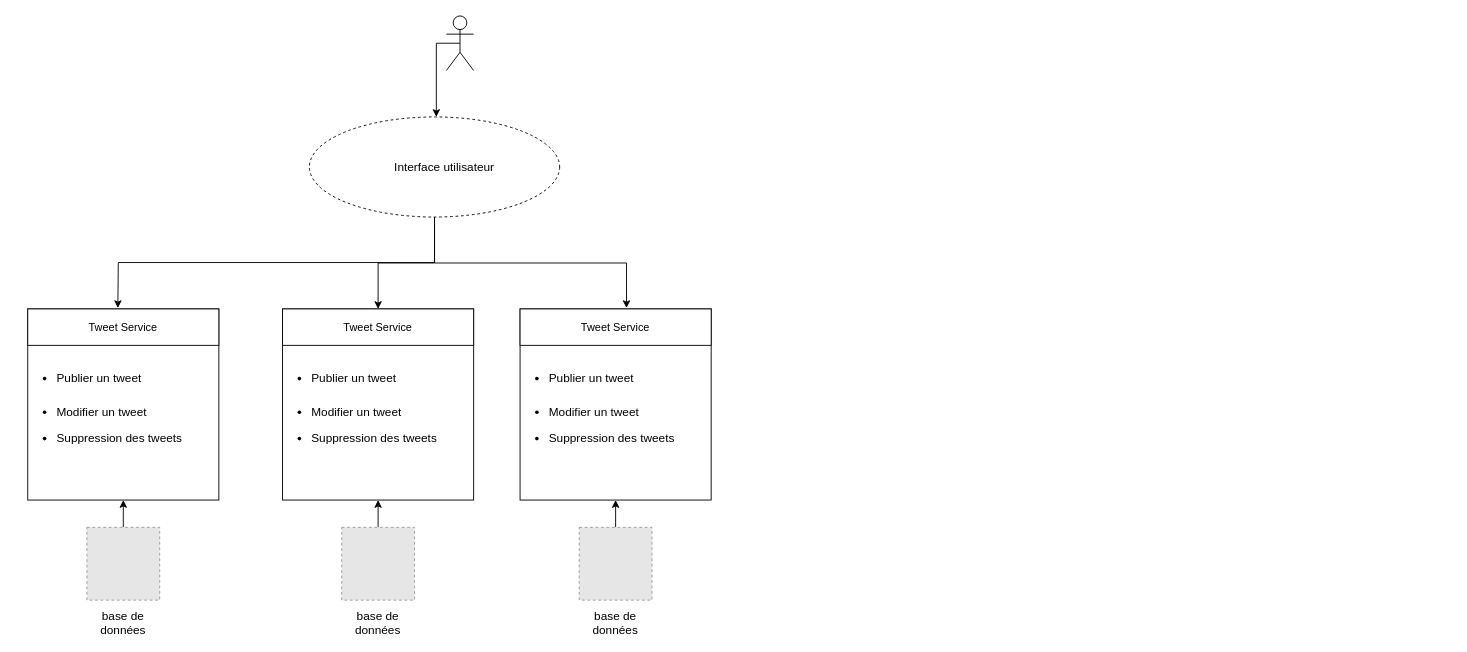
This is page "livrable-3" (1 of 3) of albc.drawio from abdoelhafi/component-based-architecture-project, a draw.io file, before an edit. Source tidied: cells renumbered, new cells numbered last; positions are measured from the earlier drawing's top-left corner, leaving out a move shared by most shapes. Both pictures are drawn from the tidied source at 91%, with x=0, y=0 at pixel (15, 15). Pictures stored in the file or linked from it are replaced by grey dashed boxes.
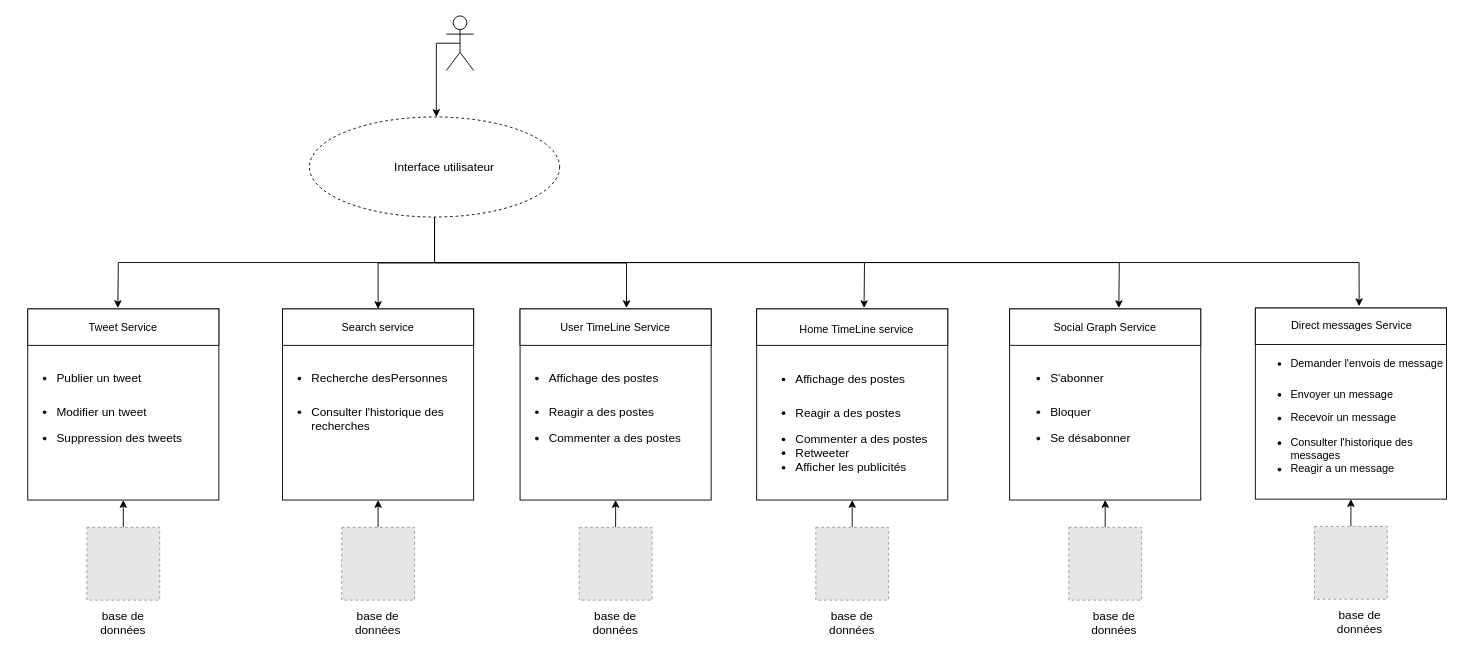
The same page after the edit.

Unchanged cells that the change refers to:
```xml
<mxCell id="14" style="ellipse;whiteSpace=wrap;html=1;fontSize=13;dashed=1;" parent="1" vertex="1">
  <mxGeometry x="322.5" y="111" width="275" height="110" as="geometry" />
</mxCell>
```

Change to the diagram source:
```diff
@@
+    <mxCell id="30" style="edgeStyle=orthogonalEdgeStyle;rounded=0;jettySize=auto;html=1;exitX=0.5;exitY=1;exitDx=0;exitDy=0;" parent="1" edge="1" source="14">
+      <mxGeometry relative="1" as="geometry">
+        <mxPoint x="932" y="321" as="targetPoint" />
+      </mxGeometry>
+    </mxCell>
+    <mxCell id="31" style="edgeStyle=orthogonalEdgeStyle;rounded=0;jettySize=auto;html=1;exitX=0.5;exitY=1;exitDx=0;exitDy=0;" parent="1" edge="1" source="14">
+      <mxGeometry relative="1" as="geometry">
+        <mxPoint x="1212" y="321" as="targetPoint" />
+      </mxGeometry>
+    </mxCell>
+    <mxCell id="32" style="edgeStyle=orthogonalEdgeStyle;rounded=0;jettySize=auto;html=1;exitX=0.5;exitY=1;exitDx=0;exitDy=0;entryX=0.543;entryY=-0.05;entryDx=0;entryDy=0;entryPerimeter=0;" parent="1" edge="1" source="14" target="46">
+      <mxGeometry relative="1" as="geometry" />
+    </mxCell>
@@
-    <mxCell id="18" value="Tweet Service" style="text;strokeColor=none;fillColor=none;align=center;verticalAlign=middle;spacingLeft=4;spacingRight=4;overflow=hidden;" parent="1" vertex="1">
+    <mxCell id="18" value="Search service" style="text;strokeColor=none;fillColor=none;align=center;verticalAlign=middle;spacingLeft=4;spacingRight=4;overflow=hidden;" parent="1" vertex="1">
       <mxGeometry x="293" y="327" width="210" height="30" as="geometry" />
     </mxCell>
@@
-    <mxCell id="21" value="&lt;ul style=&quot;font-size: 13px&quot;&gt;&lt;li style=&quot;font-size: 13px&quot;&gt;&lt;h1&gt;&lt;span style=&quot;font-weight: normal ; font-size: 13px&quot;&gt;Publier un tweet&lt;/span&gt;&lt;/h1&gt;&lt;/li&gt;&lt;li&gt;Modifier un tweet&lt;/li&gt;&lt;/ul&gt;&lt;div&gt;&lt;ul style=&quot;font-size: 13px&quot;&gt;&lt;li&gt;Suppression des tweets&lt;br&gt;&lt;/li&gt;&lt;/ul&gt;&lt;/div&gt;" style="text;html=1;strokeColor=none;fillColor=none;spacing=5;spacingTop=-20;whiteSpace=wrap;overflow=hidden;rounded=0;" parent="1" vertex="1">
+    <mxCell id="21" value="&lt;ul style=&quot;font-size: 13px&quot;&gt;&lt;li style=&quot;font-size: 13px&quot;&gt;&lt;h1&gt;&lt;span style=&quot;font-weight: normal ; font-size: 13px&quot;&gt;Recherche desPersonnes&lt;br&gt;&lt;/span&gt;&lt;/h1&gt;&lt;/li&gt;&lt;li&gt;Consulter l'historique des recherches&lt;br&gt;&lt;/li&gt;&lt;/ul&gt;" style="text;html=1;strokeColor=none;fillColor=none;spacing=5;spacingTop=-20;whiteSpace=wrap;overflow=hidden;rounded=0;" parent="1" vertex="1">
       <mxGeometry x="280" y="372" width="255" height="210" as="geometry" />
     </mxCell>
@@
-    <mxCell id="25" value="Tweet Service" style="text;strokeColor=none;fillColor=none;align=center;verticalAlign=middle;spacingLeft=4;spacingRight=4;overflow=hidden;" parent="1" vertex="1">
+    <mxCell id="25" value="User TimeLine Service" style="text;strokeColor=none;fillColor=none;align=center;verticalAlign=middle;spacingLeft=4;spacingRight=4;overflow=hidden;" parent="1" vertex="1">
       <mxGeometry x="554" y="327" width="210" height="30" as="geometry" />
     </mxCell>
@@
-    <mxCell id="28" value="&lt;ul style=&quot;font-size: 13px&quot;&gt;&lt;li style=&quot;font-size: 13px&quot;&gt;&lt;h1&gt;&lt;span style=&quot;font-weight: normal ; font-size: 13px&quot;&gt;Publier un tweet&lt;/span&gt;&lt;/h1&gt;&lt;/li&gt;&lt;li&gt;Modifier un tweet&lt;/li&gt;&lt;/ul&gt;&lt;div&gt;&lt;ul style=&quot;font-size: 13px&quot;&gt;&lt;li&gt;Suppression des tweets&lt;br&gt;&lt;/li&gt;&lt;/ul&gt;&lt;/div&gt;" style="text;html=1;strokeColor=none;fillColor=none;spacing=5;spacingTop=-20;whiteSpace=wrap;overflow=hidden;rounded=0;" parent="1" vertex="1">
+    <mxCell id="28" value="&lt;ul style=&quot;font-size: 13px&quot;&gt;&lt;li style=&quot;font-size: 13px&quot;&gt;&lt;h1&gt;&lt;span style=&quot;font-weight: normal ; font-size: 13px&quot;&gt;Affichage des postes&lt;br&gt;&lt;/span&gt;&lt;/h1&gt;&lt;/li&gt;&lt;li&gt;Reagir a des postes&lt;br&gt;&lt;/li&gt;&lt;/ul&gt;&lt;div&gt;&lt;ul style=&quot;font-size: 13px&quot;&gt;&lt;li&gt;Commenter a des postes&lt;br&gt;&lt;/li&gt;&lt;/ul&gt;&lt;/div&gt;" style="text;html=1;strokeColor=none;fillColor=none;spacing=5;spacingTop=-20;whiteSpace=wrap;overflow=hidden;rounded=0;" parent="1" vertex="1">
       <mxGeometry x="541" y="372" width="255" height="210" as="geometry" />
     </mxCell>
@@
+    <mxCell id="33" style="whiteSpace=wrap;html=1;" parent="1" vertex="1">
+      <mxGeometry x="814" y="322" width="210" height="210" as="geometry" />
+    </mxCell>
+    <mxCell id="34" style="rounded=0;whiteSpace=wrap;html=1;" parent="1" vertex="1">
+      <mxGeometry x="814" y="322" width="210" height="40" as="geometry" />
+    </mxCell>
+    <mxCell id="35" style="edgeStyle=orthogonalEdgeStyle;rounded=0;jettySize=auto;html=1;exitX=0.5;exitY=0;exitDx=0;exitDy=0;entryX=0.5;entryY=1;entryDx=0;entryDy=0;fontSize=13;" parent="1" edge="1" source="36" target="33">
+      <mxGeometry relative="1" as="geometry" />
+    </mxCell>
+    <mxCell id="36" style="fillColor=#E6E6E6;strokeColor=#999999;dashed=1;verticalLabelPosition=bottom;labelBackgroundColor=#ffffff;verticalAlign=top;" parent="1" vertex="1">
+      <mxGeometry x="879" y="562" width="80" height="80" as="geometry" />
+    </mxCell>
+    <mxCell id="37" value="base de données" style="text;html=1;strokeColor=none;fillColor=none;align=center;verticalAlign=middle;whiteSpace=wrap;rounded=0;fontSize=13;" parent="1" vertex="1">
+      <mxGeometry x="889" y="652" width="60" height="30" as="geometry" />
+    </mxCell>
+    <mxCell id="38" style="whiteSpace=wrap;html=1;" parent="1" vertex="1">
+      <mxGeometry x="1092" y="322" width="210" height="210" as="geometry" />
+    </mxCell>
+    <mxCell id="39" style="rounded=0;whiteSpace=wrap;html=1;" parent="1" vertex="1">
+      <mxGeometry x="1092" y="322" width="210" height="40" as="geometry" />
+    </mxCell>
+    <mxCell id="40" value="Social Graph Service" style="text;strokeColor=none;fillColor=none;align=center;verticalAlign=middle;spacingLeft=4;spacingRight=4;overflow=hidden;" parent="1" vertex="1">
+      <mxGeometry x="1092" y="327" width="210" height="30" as="geometry" />
+    </mxCell>
+    <mxCell id="41" style="edgeStyle=orthogonalEdgeStyle;rounded=0;jettySize=auto;html=1;exitX=0.5;exitY=0;exitDx=0;exitDy=0;entryX=0.5;entryY=1;entryDx=0;entryDy=0;fontSize=13;" parent="1" edge="1" source="42" target="38">
+      <mxGeometry relative="1" as="geometry" />
+    </mxCell>
+    <mxCell id="42" style="fillColor=#E6E6E6;strokeColor=#999999;dashed=1;verticalLabelPosition=bottom;labelBackgroundColor=#ffffff;verticalAlign=top;" parent="1" vertex="1">
+      <mxGeometry x="1157" y="562" width="80" height="80" as="geometry" />
+    </mxCell>
+    <mxCell id="43" value="&lt;ul style=&quot;font-size: 13px&quot;&gt;&lt;li style=&quot;font-size: 13px&quot;&gt;&lt;h1&gt;&lt;span style=&quot;font-weight: normal ; font-size: 13px&quot;&gt;S'abonner&lt;/span&gt;&lt;/h1&gt;&lt;/li&gt;&lt;li&gt;Bloquer&lt;/li&gt;&lt;/ul&gt;&lt;ul style=&quot;font-size: 13px&quot;&gt;&lt;li&gt;Se désabonner&lt;br&gt;&lt;/li&gt;&lt;/ul&gt;" style="text;html=1;strokeColor=none;fillColor=none;spacing=5;spacingTop=-20;whiteSpace=wrap;overflow=hidden;rounded=0;" parent="1" vertex="1">
+      <mxGeometry x="1092" y="372" width="255" height="210" as="geometry" />
+    </mxCell>
+    <mxCell id="44" value="base de données" style="text;html=1;strokeColor=none;fillColor=none;align=center;verticalAlign=middle;whiteSpace=wrap;rounded=0;fontSize=13;" parent="1" vertex="1">
+      <mxGeometry x="1177" y="652" width="60" height="30" as="geometry" />
+    </mxCell>
+    <mxCell id="45" style="whiteSpace=wrap;html=1;" parent="1" vertex="1">
+      <mxGeometry x="1362" y="321" width="210" height="210" as="geometry" />
+    </mxCell>
+    <mxCell id="46" style="rounded=0;whiteSpace=wrap;html=1;" parent="1" vertex="1">
+      <mxGeometry x="1362" y="321" width="210" height="40" as="geometry" />
+    </mxCell>
+    <mxCell id="47" style="edgeStyle=orthogonalEdgeStyle;rounded=0;jettySize=auto;html=1;exitX=0.5;exitY=0;exitDx=0;exitDy=0;entryX=0.5;entryY=1;entryDx=0;entryDy=0;fontSize=13;" parent="1" edge="1" source="48" target="45">
+      <mxGeometry relative="1" as="geometry" />
+    </mxCell>
+    <mxCell id="48" style="fillColor=#E6E6E6;strokeColor=#999999;dashed=1;verticalLabelPosition=bottom;labelBackgroundColor=#ffffff;verticalAlign=top;" parent="1" vertex="1">
+      <mxGeometry x="1427" y="561" width="80" height="80" as="geometry" />
+    </mxCell>
+    <mxCell id="49" value="base de données" style="text;html=1;strokeColor=none;fillColor=none;align=center;verticalAlign=middle;whiteSpace=wrap;rounded=0;fontSize=13;" parent="1" vertex="1">
+      <mxGeometry x="1447" y="651" width="60" height="30" as="geometry" />
+    </mxCell>
+    <mxCell id="50" value="Home TimeLine service" style="text;strokeColor=none;fillColor=none;align=center;verticalAlign=middle;spacingLeft=4;spacingRight=4;overflow=hidden;" parent="1" vertex="1">
+      <mxGeometry x="819" y="329" width="210" height="30" as="geometry" />
+    </mxCell>
+    <mxCell id="51" value="Direct messages Service" style="text;strokeColor=none;fillColor=none;align=center;verticalAlign=middle;spacingLeft=4;spacingRight=4;overflow=hidden;" parent="1" vertex="1">
+      <mxGeometry x="1363" y="325" width="210" height="30" as="geometry" />
+    </mxCell>
+    <mxCell id="52" value="&lt;ul&gt;&lt;li&gt;&lt;h1&gt;&lt;font style=&quot;font-size: 12px&quot;&gt;&lt;span style=&quot;font-weight: normal&quot;&gt;Demander l'envois de message&lt;/span&gt;&lt;/font&gt;&lt;/h1&gt;&lt;/li&gt;&lt;li&gt;&lt;font style=&quot;font-size: 12px&quot;&gt;&lt;span style=&quot;font-weight: normal&quot;&gt;Envoyer un message&lt;br&gt;&lt;/span&gt;&lt;/font&gt;&lt;/li&gt;&lt;/ul&gt;&lt;ul&gt;&lt;li&gt;&lt;font style=&quot;font-size: 12px&quot;&gt;Recevoir un message&lt;/font&gt;&lt;/li&gt;&lt;/ul&gt;&lt;ul&gt;&lt;li&gt;&lt;font style=&quot;font-size: 12px&quot;&gt;Consulter l'historique des messages&lt;/font&gt;&lt;/li&gt;&lt;li&gt;&lt;font style=&quot;font-size: 12px&quot;&gt;Reagir a un message&lt;br&gt;&lt;/font&gt;&lt;/li&gt;&lt;/ul&gt;" style="text;html=1;strokeColor=none;fillColor=none;spacing=5;spacingTop=-20;whiteSpace=wrap;overflow=hidden;rounded=0;" parent="1" vertex="1">
+      <mxGeometry x="1355.5" y="358" width="222.5" height="210" as="geometry" />
+    </mxCell>
+    <mxCell id="53" value="&lt;ul style=&quot;font-size: 13px&quot;&gt;&lt;li style=&quot;font-size: 13px&quot;&gt;&lt;h1&gt;&lt;span style=&quot;font-weight: normal ; font-size: 13px&quot;&gt;Affichage des postes&lt;br&gt;&lt;/span&gt;&lt;/h1&gt;&lt;/li&gt;&lt;li&gt;Reagir a des postes&lt;br&gt;&lt;/li&gt;&lt;/ul&gt;&lt;div&gt;&lt;ul style=&quot;font-size: 13px&quot;&gt;&lt;li&gt;Commenter a des postes&lt;/li&gt;&lt;li&gt;Retweeter&lt;/li&gt;&lt;li&gt;Afficher les publicités&lt;br&gt;&lt;/li&gt;&lt;/ul&gt;&lt;/div&gt;" style="text;html=1;strokeColor=none;fillColor=none;spacing=5;spacingTop=-20;whiteSpace=wrap;overflow=hidden;rounded=0;" parent="1" vertex="1">
+      <mxGeometry x="812" y="373" width="255" height="210" as="geometry" />
+    </mxCell>
```
